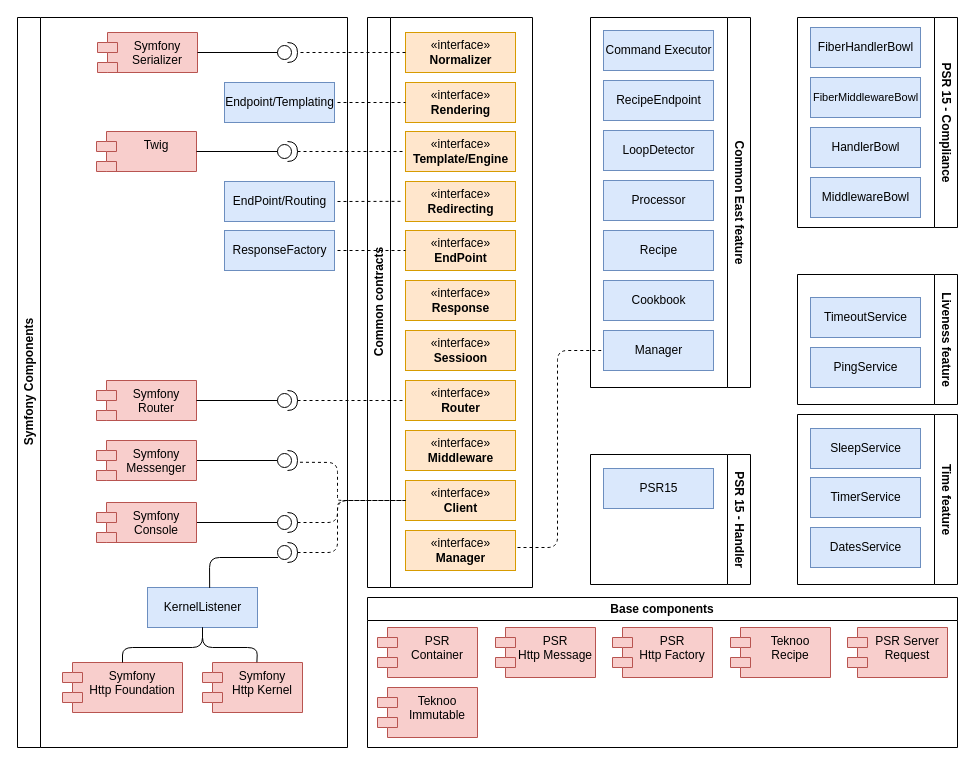
Before: documentation/architecture.drawio in TeknooSoftware/east-foundation, a draw.io diagram. Source tidied: cells renumbered, new cells numbered last; positions are measured from the earlier drawing's top-left corner, leaving out a move shared by most shapes. Both pictures are drawn from the tidied source at 100%, with x=0, y=0 at pixel (17, 17).
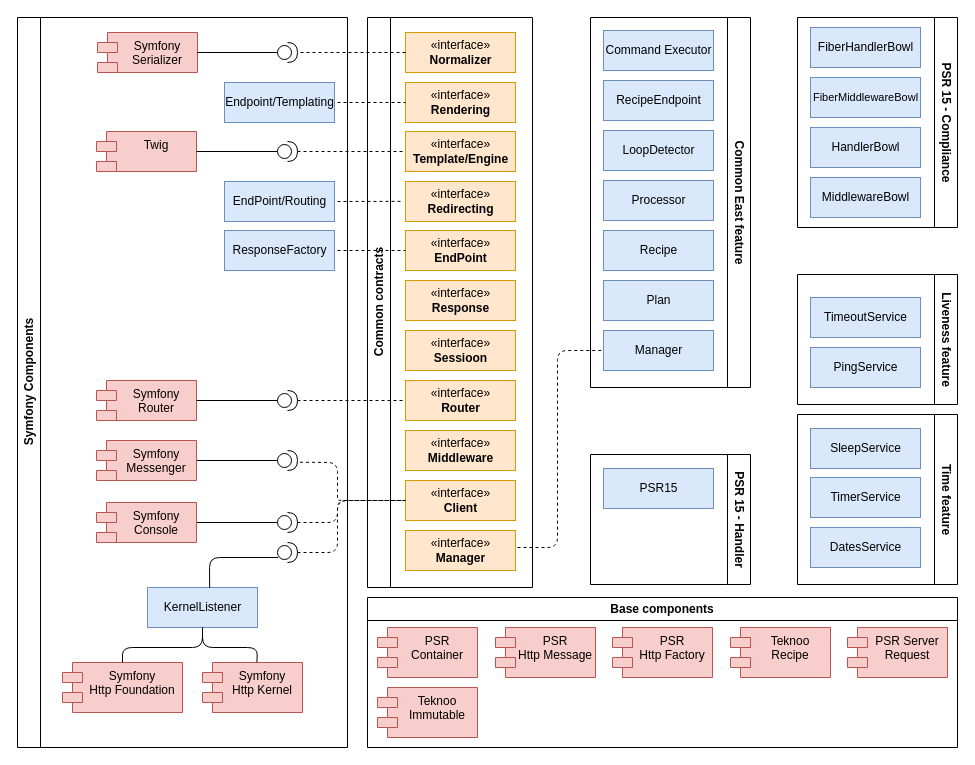
After the change.

The change refers to these unchanged cells:
```xml
<mxCell id="45" value="Common East feature" style="swimlane;horizontal=0;whiteSpace=wrap;html=1;rotation=-180;" parent="1" vertex="1">
  <mxGeometry x="573" width="160" height="370" as="geometry" />
</mxCell>
```

The edit, as a diff of the source:
```diff
@@
-    <mxCell id="47" value="Cookbook" style="html=1;fillColor=#dae8fc;strokeColor=#6c8ebf;" parent="45" vertex="1">
+    <mxCell id="47" value="Plan" style="html=1;fillColor=#dae8fc;strokeColor=#6c8ebf;" parent="45" vertex="1">
       <mxGeometry x="13" y="263" width="110" height="40" as="geometry" />
     </mxCell>
```
